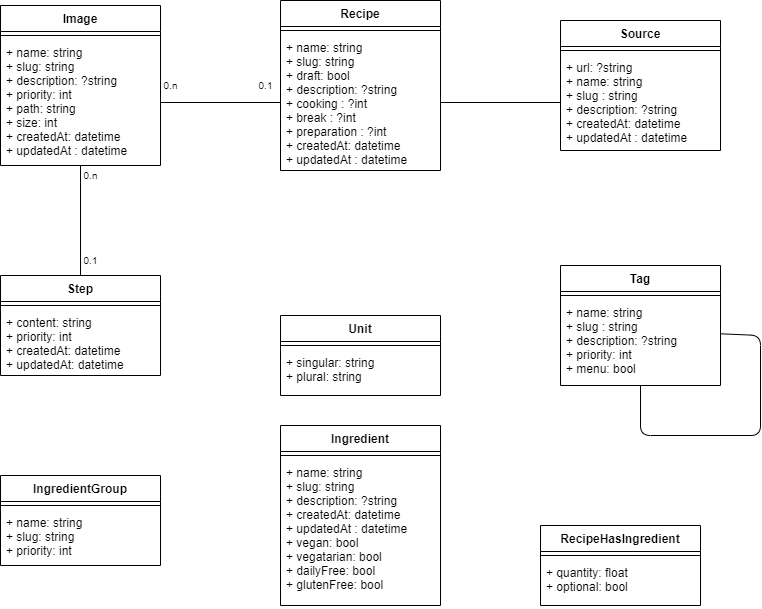
This is docs/UML/mcd.png from Dens26/drakolab_symfony_vuejs_app, a draw.io export, as it was before one commit. Source tidied: cells renumbered, new cells last; positions are measured from the earlier drawing's top-left corner, leaving out a move shared by most shapes.
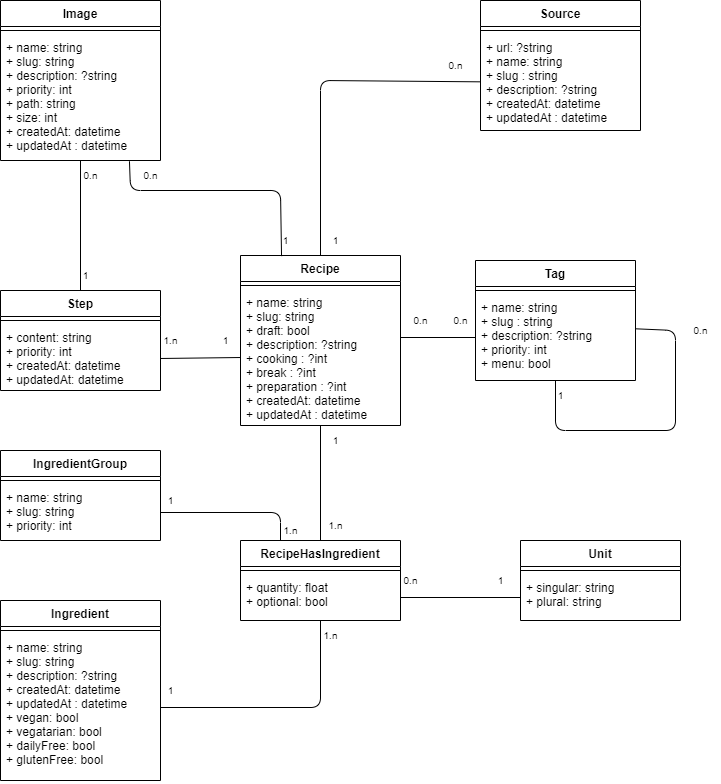
The same file after the commit.

Commit message:
👌 IMPROVE: MCD

What changed in the source:
```diff
@@ -3,7 +3,7 @@
     <mxCell id="0" />
     <mxCell id="1" parent="0" />
     <mxCell id="2" value="Image" style="swimlane;fontStyle=1;align=center;verticalAlign=top;horizontal=1;startSize=26;" parent="1" vertex="1">
-      <mxGeometry y="5" width="160" height="160" as="geometry" />
+      <mxGeometry x="40" y="-15" width="160" height="160" as="geometry" />
     </mxCell>
     <mxCell id="3" style="line;strokeWidth=1;fillColor=none;align=left;verticalAlign=middle;spacingTop=-1;spacingLeft=3;spacingRight=3;labelPosition=right;strokeColor=inherit;" parent="2" vertex="1">
       <mxGeometry y="26" width="160" height="8" as="geometry" />
@@ -12,7 +12,7 @@
       <mxGeometry y="34" width="160" height="126" as="geometry" />
     </mxCell>
     <mxCell id="5" value="Source" style="swimlane;fontStyle=1;align=center;verticalAlign=top;horizontal=1;startSize=26;" parent="1" vertex="1">
-      <mxGeometry x="560" y="20" width="160" height="130" as="geometry" />
+      <mxGeometry x="520" y="-15" width="160" height="130" as="geometry" />
     </mxCell>
     <mxCell id="6" style="line;strokeWidth=1;fillColor=none;align=left;verticalAlign=middle;spacingTop=-1;spacingLeft=3;spacingRight=3;labelPosition=right;strokeColor=inherit;" parent="5" vertex="1">
       <mxGeometry y="26" width="160" height="8" as="geometry" />
@@ -24,7 +24,7 @@
       <mxGeometry relative="1" as="geometry" />
     </mxCell>
     <mxCell id="9" value="Step" style="swimlane;fontStyle=1;align=center;verticalAlign=top;horizontal=1;startSize=26;" parent="1" vertex="1">
-      <mxGeometry y="275" width="160" height="100" as="geometry" />
+      <mxGeometry x="40" y="275" width="160" height="100" as="geometry" />
     </mxCell>
     <mxCell id="10" style="line;strokeWidth=1;fillColor=none;align=left;verticalAlign=middle;spacingTop=-1;spacingLeft=3;spacingRight=3;labelPosition=right;strokeColor=inherit;" parent="9" vertex="1">
       <mxGeometry y="26" width="160" height="8" as="geometry" />
@@ -32,8 +32,15 @@
     <mxCell id="11" value="+ content: string&#10;+ priority: int&#10;+ createdAt: datetime&#10;+ updatedAt: datetime" style="text;strokeColor=none;fillColor=none;align=left;verticalAlign=top;spacingLeft=4;spacingRight=4;overflow=hidden;" parent="9" vertex="1">
       <mxGeometry y="34" width="160" height="66" as="geometry" />
     </mxCell>
+    <mxCell id="37" style="edgeStyle=none;html=1;exitX=0.5;exitY=0;exitDx=0;exitDy=0;endArrow=none;endFill=0;" parent="1" edge="1" source="12" target="7">
+      <mxGeometry relative="1" as="geometry">
+        <Array as="points">
+          <mxPoint x="360" y="65" />
+        </Array>
+      </mxGeometry>
+    </mxCell>
     <mxCell id="12" value="Recipe" style="swimlane;fontStyle=1;align=center;verticalAlign=top;horizontal=1;startSize=26;" parent="1" vertex="1">
-      <mxGeometry x="280" width="160" height="170" as="geometry" />
+      <mxGeometry x="280" y="240" width="160" height="170" as="geometry" />
     </mxCell>
     <mxCell id="13" style="line;strokeWidth=1;fillColor=none;align=left;verticalAlign=middle;spacingTop=-1;spacingLeft=3;spacingRight=3;labelPosition=right;strokeColor=inherit;" parent="12" vertex="1">
       <mxGeometry y="26" width="160" height="8" as="geometry" />
@@ -42,7 +49,7 @@
       <mxGeometry y="34" width="160" height="136" as="geometry" />
     </mxCell>
     <mxCell id="15" value="Tag" style="swimlane;fontStyle=1;align=center;verticalAlign=top;horizontal=1;startSize=26;" parent="1" vertex="1">
-      <mxGeometry x="560" y="265" width="160" height="120" as="geometry" />
+      <mxGeometry x="515" y="245" width="160" height="120" as="geometry" />
     </mxCell>
     <mxCell id="16" style="line;strokeWidth=1;fillColor=none;align=left;verticalAlign=middle;spacingTop=-1;spacingLeft=3;spacingRight=3;labelPosition=right;strokeColor=inherit;" parent="15" vertex="1">
       <mxGeometry y="26" width="160" height="8" as="geometry" />
@@ -60,7 +67,7 @@
       </mxGeometry>
     </mxCell>
     <mxCell id="19" value="IngredientGroup" style="swimlane;fontStyle=1;align=center;verticalAlign=top;horizontal=1;startSize=26;" parent="1" vertex="1">
-      <mxGeometry y="475" width="160" height="90" as="geometry" />
+      <mxGeometry x="40" y="435" width="160" height="90" as="geometry" />
     </mxCell>
     <mxCell id="20" style="line;strokeWidth=1;fillColor=none;align=left;verticalAlign=middle;spacingTop=-1;spacingLeft=3;spacingRight=3;labelPosition=right;strokeColor=inherit;" parent="19" vertex="1">
       <mxGeometry y="26" width="160" height="8" as="geometry" />
@@ -68,8 +75,11 @@
     <mxCell id="21" value="+ name: string&#10;+ slug: string&#10;+ priority: int" style="text;strokeColor=none;fillColor=none;align=left;verticalAlign=top;spacingLeft=4;spacingRight=4;overflow=hidden;points=[[0,0.5],[1,0.5]];portConstraint=eastwest;" parent="19" vertex="1">
       <mxGeometry y="34" width="160" height="56" as="geometry" />
     </mxCell>
+    <mxCell id="38" style="edgeStyle=none;html=1;exitX=0.5;exitY=0;exitDx=0;exitDy=0;fontSize=10;endArrow=none;endFill=0;" parent="1" edge="1" source="22" target="14">
+      <mxGeometry relative="1" as="geometry" />
+    </mxCell>
     <mxCell id="22" value="RecipeHasIngredient" style="swimlane;fontStyle=1;align=center;verticalAlign=top;horizontal=1;startSize=26;" parent="1" vertex="1">
-      <mxGeometry x="540" y="525" width="160" height="80" as="geometry" />
+      <mxGeometry x="280" y="525" width="160" height="80" as="geometry" />
     </mxCell>
     <mxCell id="23" style="line;strokeWidth=1;fillColor=none;align=left;verticalAlign=middle;spacingTop=-1;spacingLeft=3;spacingRight=3;labelPosition=right;strokeColor=inherit;" parent="22" vertex="1">
       <mxGeometry y="26" width="160" height="8" as="geometry" />
@@ -78,7 +88,7 @@
       <mxGeometry y="34" width="160" height="46" as="geometry" />
     </mxCell>
     <mxCell id="25" value="Unit" style="swimlane;fontStyle=1;align=center;verticalAlign=top;horizontal=1;startSize=26;" parent="1" vertex="1">
-      <mxGeometry x="280" y="315" width="160" height="80" as="geometry" />
+      <mxGeometry x="560" y="525" width="160" height="80" as="geometry" />
     </mxCell>
     <mxCell id="26" style="line;strokeWidth=1;fillColor=none;align=left;verticalAlign=middle;spacingTop=-1;spacingLeft=3;spacingRight=3;labelPosition=right;strokeColor=inherit;" parent="25" vertex="1">
       <mxGeometry y="26" width="160" height="8" as="geometry" />
@@ -87,7 +97,7 @@
       <mxGeometry y="34" width="160" height="46" as="geometry" />
     </mxCell>
     <mxCell id="28" value="Ingredient" style="swimlane;fontStyle=1;align=center;verticalAlign=top;horizontal=1;startSize=26;" parent="1" vertex="1">
-      <mxGeometry x="280" y="425" width="160" height="180" as="geometry" />
+      <mxGeometry x="40" y="585" width="160" height="180" as="geometry" />
     </mxCell>
     <mxCell id="29" style="line;strokeWidth=1;fillColor=none;align=left;verticalAlign=middle;spacingTop=-1;spacingLeft=3;spacingRight=3;labelPosition=right;strokeColor=inherit;" parent="28" vertex="1">
       <mxGeometry y="26" width="160" height="8" as="geometry" />
@@ -95,23 +105,100 @@
     <mxCell id="30" value="+ name: string&#10;+ slug: string&#10;+ description: ?string&#10;+ createdAt: datetime&#10;+ updatedAt : datetime&#10;+ vegan: bool&#10;+ vegatarian: bool&#10;+ dailyFree: bool&#10;+ glutenFree: bool" style="text;strokeColor=none;fillColor=none;align=left;verticalAlign=top;spacingLeft=4;spacingRight=4;overflow=hidden;points=[[0,0.5],[1,0.5]];portConstraint=eastwest;" parent="28" vertex="1">
       <mxGeometry y="34" width="160" height="146" as="geometry" />
     </mxCell>
-    <mxCell id="31" style="edgeStyle=none;html=1;exitX=1;exitY=0.5;exitDx=0;exitDy=0;endArrow=none;endFill=0;" parent="1" edge="1" source="4" target="14">
-      <mxGeometry relative="1" as="geometry" />
+    <mxCell id="31" style="edgeStyle=none;html=1;endArrow=none;endFill=0;exitX=0.806;exitY=1.006;exitDx=0;exitDy=0;exitPerimeter=0;entryX=0.368;entryY=1.021;entryDx=0;entryDy=0;entryPerimeter=0;" parent="1" edge="1" source="4" target="41">
+      <mxGeometry relative="1" as="geometry">
+        <Array as="points">
+          <mxPoint x="170" y="175" />
+          <mxPoint x="320" y="175" />
+        </Array>
+      </mxGeometry>
     </mxCell>
     <mxCell id="32" value="&lt;font style=&quot;font-size: 10px;&quot;&gt;0.n&lt;/font&gt;" style="text;html=1;align=center;verticalAlign=middle;strokeColor=none;fillColor=none;" parent="1" vertex="1">
-      <mxGeometry x="150" y="70" width="40" height="30" as="geometry" />
+      <mxGeometry x="170" y="145" width="40" height="30" as="geometry" />
     </mxCell>
-    <mxCell id="33" value="0.1" style="text;html=1;align=center;verticalAlign=middle;strokeColor=none;fillColor=none;fontSize=10;" parent="1" vertex="1">
-      <mxGeometry x="245" y="70" width="40" height="30" as="geometry" />
+    <mxCell id="33" value="1" style="text;html=1;align=center;verticalAlign=middle;strokeColor=none;fillColor=none;fontSize=10;" parent="1" vertex="1">
+      <mxGeometry x="250" y="310" width="30" height="30" as="geometry" />
     </mxCell>
     <mxCell id="34" value="0.n" style="text;html=1;align=center;verticalAlign=middle;strokeColor=none;fillColor=none;fontSize=10;" parent="1" vertex="1">
-      <mxGeometry x="70" y="160" width="40" height="30" as="geometry" />
+      <mxGeometry x="110" y="145" width="40" height="30" as="geometry" />
     </mxCell>
-    <mxCell id="35" value="0.1" style="text;html=1;align=center;verticalAlign=middle;strokeColor=none;fillColor=none;fontSize=10;" parent="1" vertex="1">
-      <mxGeometry x="70" y="245" width="40" height="30" as="geometry" />
+    <mxCell id="35" value="1" style="text;html=1;align=center;verticalAlign=middle;strokeColor=none;fillColor=none;fontSize=10;" parent="1" vertex="1">
+      <mxGeometry x="110" y="245" width="30" height="30" as="geometry" />
     </mxCell>
-    <mxCell id="36" style="edgeStyle=none;html=1;exitX=0;exitY=0.5;exitDx=0;exitDy=0;fontSize=10;endArrow=none;endFill=0;" parent="1" edge="1" source="7" target="14">
-      <mxGeometry relative="1" as="geometry" />
-    </mxCell>
+    <mxCell id="39" style="edgeStyle=none;html=1;endArrow=none;endFill=0;entryX=0;entryY=0.5;entryDx=0;entryDy=0;" parent="1" edge="1" target="14">
+      <mxGeometry relative="1" as="geometry">
+        <mxPoint x="200" y="343" as="sourcePoint" />
+      </mxGeometry>
+    </mxCell>
+    <mxCell id="40" value="&lt;font style=&quot;font-size: 10px;&quot;&gt;1.n&lt;/font&gt;" style="text;html=1;align=center;verticalAlign=middle;strokeColor=none;fillColor=none;" parent="1" vertex="1">
+      <mxGeometry x="190" y="310" width="40" height="30" as="geometry" />
+    </mxCell>
+    <mxCell id="41" value="&lt;font style=&quot;font-size: 10px;&quot;&gt;1&lt;/font&gt;" style="text;html=1;align=center;verticalAlign=middle;points=[];strokeColor=none;fillColor=none;" parent="1" vertex="1">
+      <mxGeometry x="310" y="210" width="30" height="30" as="geometry" />
+    </mxCell>
+    <mxCell id="42" value="&lt;font style=&quot;font-size: 10px;&quot;&gt;0.n&lt;/font&gt;" style="text;html=1;align=center;verticalAlign=middle;strokeColor=none;fillColor=none;" parent="1" vertex="1">
+      <mxGeometry x="475" y="35" width="40" height="30" as="geometry" />
+    </mxCell>
+    <mxCell id="43" value="1" style="text;html=1;align=center;verticalAlign=middle;strokeColor=none;fillColor=none;fontSize=10;" parent="1" vertex="1">
+      <mxGeometry x="360" y="210" width="30" height="30" as="geometry" />
+    </mxCell>
+    <mxCell id="44" value="1" style="text;html=1;align=center;verticalAlign=middle;strokeColor=none;fillColor=none;fontSize=10;" parent="1" vertex="1">
+      <mxGeometry x="585" y="365" width="30" height="30" as="geometry" />
+    </mxCell>
+    <mxCell id="45" value="0.n" style="text;html=1;align=center;verticalAlign=middle;strokeColor=none;fillColor=none;fontSize=10;" parent="1" vertex="1">
+      <mxGeometry x="720" y="300" width="40" height="30" as="geometry" />
+    </mxCell>
+    <mxCell id="46" style="edgeStyle=none;html=1;entryX=0;entryY=0.5;entryDx=0;entryDy=0;fontSize=10;endArrow=none;endFill=0;" parent="1" edge="1" target="17">
+      <mxGeometry relative="1" as="geometry">
+        <mxPoint x="440" y="322" as="sourcePoint" />
+      </mxGeometry>
+    </mxCell>
+    <mxCell id="47" value="0.n" style="text;html=1;align=center;verticalAlign=middle;strokeColor=none;fillColor=none;fontSize=10;" parent="1" vertex="1">
+      <mxGeometry x="440" y="290" width="40" height="30" as="geometry" />
+    </mxCell>
+    <mxCell id="48" value="0.n" style="text;html=1;align=center;verticalAlign=middle;strokeColor=none;fillColor=none;fontSize=10;" parent="1" vertex="1">
+      <mxGeometry x="480" y="290" width="40" height="30" as="geometry" />
+    </mxCell>
+    <mxCell id="49" style="edgeStyle=none;html=1;exitX=1;exitY=0.5;exitDx=0;exitDy=0;fontSize=10;endArrow=none;endFill=0;" parent="1" edge="1" source="30" target="24">
+      <mxGeometry relative="1" as="geometry">
+        <Array as="points">
+          <mxPoint x="360" y="692" />
+        </Array>
+      </mxGeometry>
+    </mxCell>
+    <mxCell id="50" style="edgeStyle=none;html=1;exitX=0;exitY=0.5;exitDx=0;exitDy=0;entryX=1;entryY=0.5;entryDx=0;entryDy=0;fontSize=10;endArrow=none;endFill=0;" parent="1" edge="1" source="27" target="24">
+      <mxGeometry relative="1" as="geometry" />
+    </mxCell>
+    <mxCell id="51" style="edgeStyle=none;html=1;exitX=1;exitY=0.5;exitDx=0;exitDy=0;entryX=0.25;entryY=0;entryDx=0;entryDy=0;fontSize=10;endArrow=none;endFill=0;" parent="1" edge="1" source="21" target="22">
+      <mxGeometry relative="1" as="geometry">
+        <Array as="points">
+          <mxPoint x="320" y="497" />
+        </Array>
+      </mxGeometry>
+    </mxCell>
+    <mxCell id="52" value="1" style="text;html=1;align=center;verticalAlign=middle;strokeColor=none;fillColor=none;fontSize=10;" parent="1" vertex="1">
+      <mxGeometry x="360" y="410" width="30" height="30" as="geometry" />
+    </mxCell>
+    <mxCell id="53" value="1.n" style="text;html=1;align=center;verticalAlign=middle;strokeColor=none;fillColor=none;fontSize=10;" parent="1" vertex="1">
+      <mxGeometry x="355" y="495" width="40" height="30" as="geometry" />
+    </mxCell>
+    <mxCell id="54" value="1" style="text;html=1;align=center;verticalAlign=middle;strokeColor=none;fillColor=none;fontSize=10;" parent="1" vertex="1">
+      <mxGeometry x="195" y="660" width="30" height="30" as="geometry" />
+    </mxCell>
+    <mxCell id="55" value="1.n" style="text;html=1;align=center;verticalAlign=middle;strokeColor=none;fillColor=none;fontSize=10;" parent="1" vertex="1">
+      <mxGeometry x="350" y="605" width="40" height="30" as="geometry" />
+    </mxCell>
+    <mxCell id="56" value="1" style="text;html=1;align=center;verticalAlign=middle;strokeColor=none;fillColor=none;fontSize=10;" parent="1" vertex="1">
+      <mxGeometry x="195" y="470" width="30" height="30" as="geometry" />
+    </mxCell>
+    <mxCell id="57" value="1.n" style="text;html=1;align=center;verticalAlign=middle;strokeColor=none;fillColor=none;fontSize=10;" parent="1" vertex="1">
+      <mxGeometry x="310" y="500" width="40" height="30" as="geometry" />
+    </mxCell>
+    <mxCell id="58" value="0.n" style="text;html=1;align=center;verticalAlign=middle;strokeColor=none;fillColor=none;fontSize=10;" parent="1" vertex="1">
+      <mxGeometry x="430" y="550" width="40" height="30" as="geometry" />
+    </mxCell>
+    <mxCell id="59" value="1" style="text;html=1;align=center;verticalAlign=middle;strokeColor=none;fillColor=none;fontSize=10;" parent="1" vertex="1">
+      <mxGeometry x="525" y="550" width="30" height="30" as="geometry" />
+    </mxCell>
   </root>
 </mxGraphModel>
```
